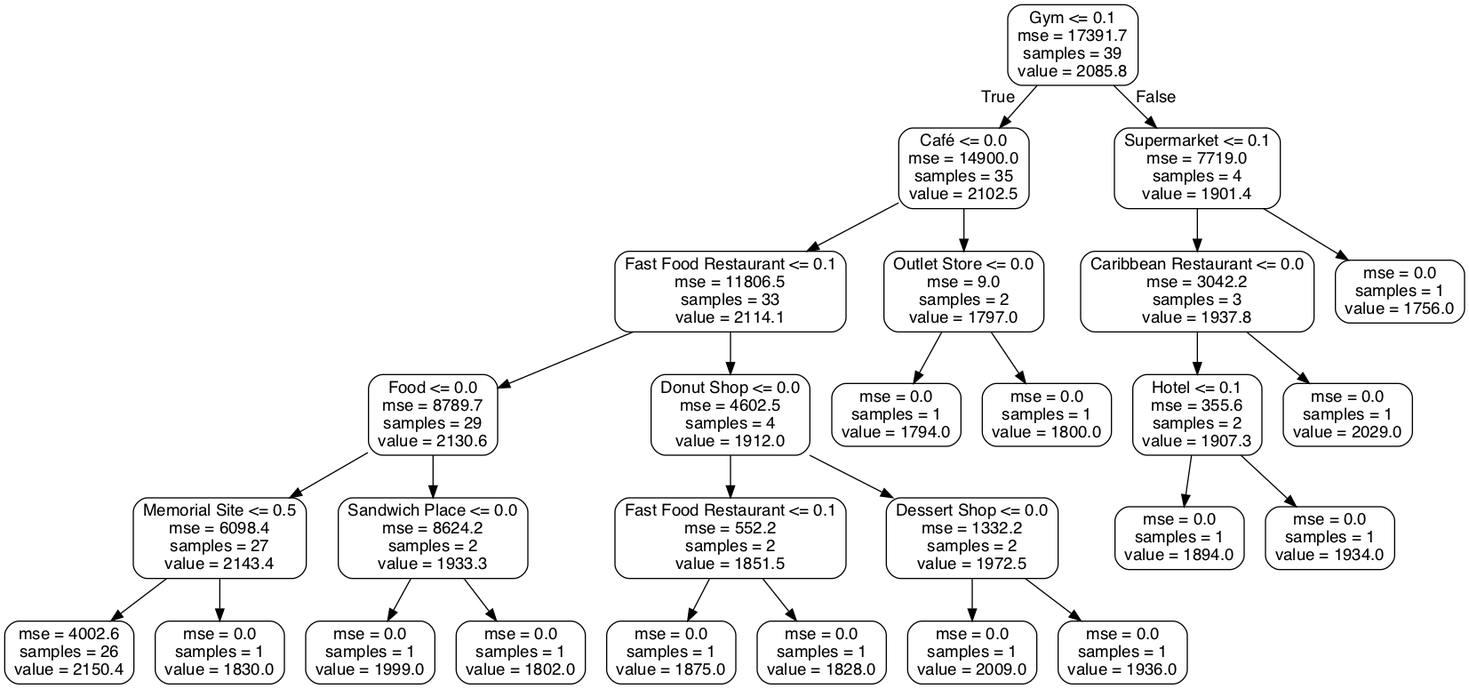
The Graphviz diagram high_rent_tree.png in allaccountstaken/predicting_urban_home_values, before a commit. Its source is kept beside it as high_rent_tree.dot.
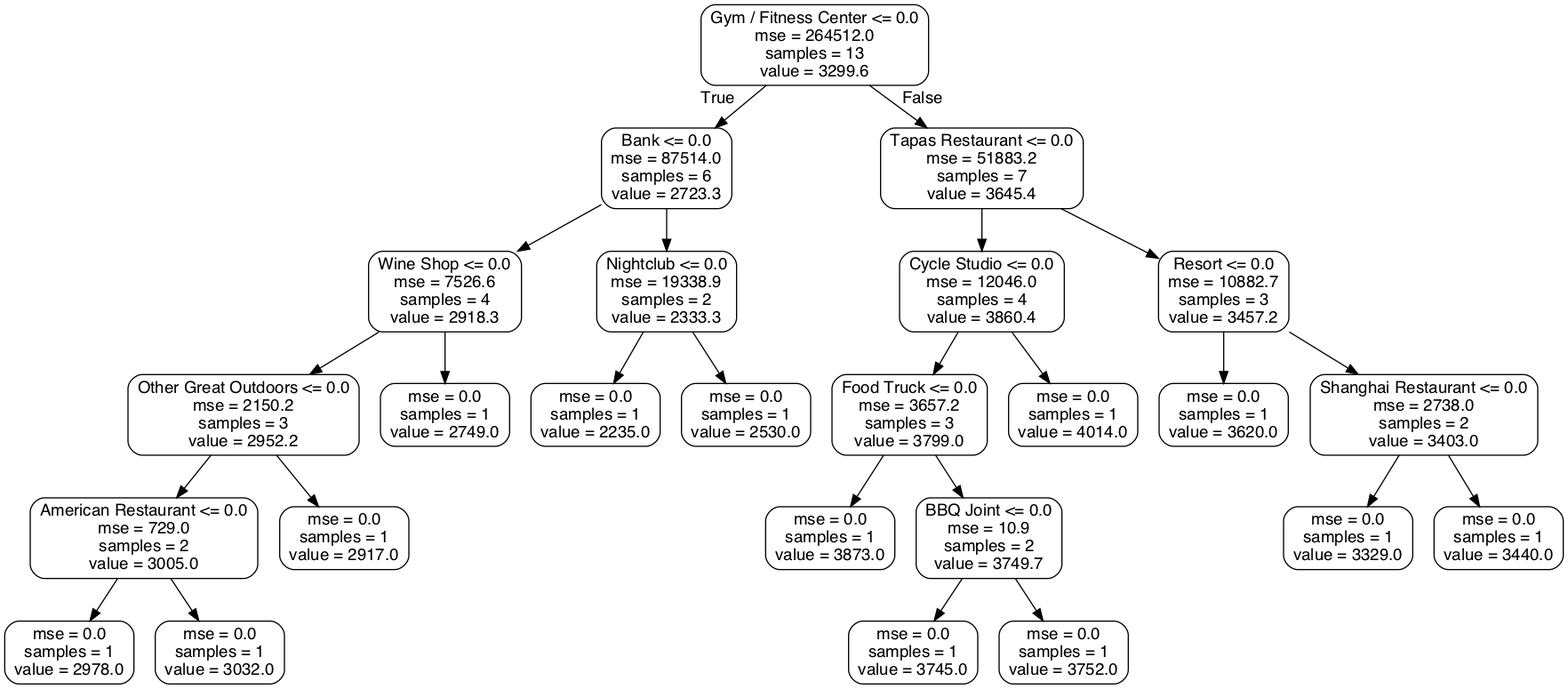
After the commit.

The edit, as a diff of the source:
```diff
@@ -1,57 +1,53 @@
 digraph Tree {
 node [shape=box, style="rounded", color="black", fontname=helvetica] ;
 edge [fontname=helvetica] ;
-0 [label="Gym <= 0.1\nmse = 17391.7\nsamples = 39\nvalue = 2085.8"] ;
-1 [label="Café <= 0.0\nmse = 14900.0\nsamples = 35\nvalue = 2102.5"] ;
+0 [label="Gym / Fitness Center <= 0.0\nmse = 264512.0\nsamples = 13\nvalue = 3299.6"] ;
+1 [label="Bank <= 0.0\nmse = 87514.0\nsamples = 6\nvalue = 2723.3"] ;
 0 -> 1 [labeldistance=2.5, labelangle=45, headlabel="True"] ;
-2 [label="Fast Food Restaurant <= 0.1\nmse = 11806.5\nsamples = 33\nvalue = 2114.1"] ;
+2 [label="Wine Shop <= 0.0\nmse = 7526.6\nsamples = 4\nvalue = 2918.3"] ;
 1 -> 2 ;
-3 [label="Food <= 0.0\nmse = 8789.7\nsamples = 29\nvalue = 2130.6"] ;
+3 [label="Other Great Outdoors <= 0.0\nmse = 2150.2\nsamples = 3\nvalue = 2952.2"] ;
 2 -> 3 ;
-4 [label="Memorial Site <= 0.5\nmse = 6098.4\nsamples = 27\nvalue = 2143.4"] ;
+4 [label="American Restaurant <= 0.0\nmse = 729.0\nsamples = 2\nvalue = 3005.0"] ;
 3 -> 4 ;
-5 [label="mse = 4002.6\nsamples = 26\nvalue = 2150.4"] ;
+5 [label="mse = 0.0\nsamples = 1\nvalue = 2978.0"] ;
 4 -> 5 ;
-6 [label="mse = 0.0\nsamples = 1\nvalue = 1830.0"] ;
+6 [label="mse = 0.0\nsamples = 1\nvalue = 3032.0"] ;
 4 -> 6 ;
-7 [label="Sandwich Place <= 0.0\nmse = 8624.2\nsamples = 2\nvalue = 1933.3"] ;
+7 [label="mse = 0.0\nsamples = 1\nvalue = 2917.0"] ;
 3 -> 7 ;
-8 [label="mse = 0.0\nsamples = 1\nvalue = 1999.0"] ;
-7 -> 8 ;
-9 [label="mse = 0.0\nsamples = 1\nvalue = 1802.0"] ;
-7 -> 9 ;
-10 [label="Donut Shop <= 0.0\nmse = 4602.5\nsamples = 4\nvalue = 1912.0"] ;
-2 -> 10 ;
-11 [label="Fast Food Restaurant <= 0.1\nmse = 552.2\nsamples = 2\nvalue = 1851.5"] ;
-10 -> 11 ;
-12 [label="mse = 0.0\nsamples = 1\nvalue = 1875.0"] ;
-11 -> 12 ;
-13 [label="mse = 0.0\nsamples = 1\nvalue = 1828.0"] ;
-11 -> 13 ;
-14 [label="Dessert Shop <= 0.0\nmse = 1332.2\nsamples = 2\nvalue = 1972.5"] ;
-10 -> 14 ;
-15 [label="mse = 0.0\nsamples = 1\nvalue = 2009.0"] ;
+8 [label="mse = 0.0\nsamples = 1\nvalue = 2749.0"] ;
+2 -> 8 ;
+9 [label="Nightclub <= 0.0\nmse = 19338.9\nsamples = 2\nvalue = 2333.3"] ;
+1 -> 9 ;
+10 [label="mse = 0.0\nsamples = 1\nvalue = 2235.0"] ;
+9 -> 10 ;
+11 [label="mse = 0.0\nsamples = 1\nvalue = 2530.0"] ;
+9 -> 11 ;
+12 [label="Tapas Restaurant <= 0.0\nmse = 51883.2\nsamples = 7\nvalue = 3645.4"] ;
+0 -> 12 [labeldistance=2.5, labelangle=-45, headlabel="False"] ;
+13 [label="Cycle Studio <= 0.0\nmse = 12046.0\nsamples = 4\nvalue = 3860.4"] ;
+12 -> 13 ;
+14 [label="Food Truck <= 0.0\nmse = 3657.2\nsamples = 3\nvalue = 3799.0"] ;
+13 -> 14 ;
+15 [label="mse = 0.0\nsamples = 1\nvalue = 3873.0"] ;
 14 -> 15 ;
-16 [label="mse = 0.0\nsamples = 1\nvalue = 1936.0"] ;
+16 [label="BBQ Joint <= 0.0\nmse = 10.9\nsamples = 2\nvalue = 3749.7"] ;
 14 -> 16 ;
-17 [label="Outlet Store <= 0.0\nmse = 9.0\nsamples = 2\nvalue = 1797.0"] ;
-1 -> 17 ;
-18 [label="mse = 0.0\nsamples = 1\nvalue = 1794.0"] ;
-17 -> 18 ;
-19 [label="mse = 0.0\nsamples = 1\nvalue = 1800.0"] ;
-17 -> 19 ;
-20 [label="Supermarket <= 0.1\nmse = 7719.0\nsamples = 4\nvalue = 1901.4"] ;
-0 -> 20 [labeldistance=2.5, labelangle=-45, headlabel="False"] ;
-21 [label="Caribbean Restaurant <= 0.0\nmse = 3042.2\nsamples = 3\nvalue = 1937.8"] ;
+17 [label="mse = 0.0\nsamples = 1\nvalue = 3745.0"] ;
+16 -> 17 ;
+18 [label="mse = 0.0\nsamples = 1\nvalue = 3752.0"] ;
+16 -> 18 ;
+19 [label="mse = 0.0\nsamples = 1\nvalue = 4014.0"] ;
+13 -> 19 ;
+20 [label="Resort <= 0.0\nmse = 10882.7\nsamples = 3\nvalue = 3457.2"] ;
+12 -> 20 ;
+21 [label="mse = 0.0\nsamples = 1\nvalue = 3620.0"] ;
 20 -> 21 ;
-22 [label="Hotel <= 0.1\nmse = 355.6\nsamples = 2\nvalue = 1907.3"] ;
-21 -> 22 ;
-23 [label="mse = 0.0\nsamples = 1\nvalue = 1894.0"] ;
+22 [label="Shanghai Restaurant <= 0.0\nmse = 2738.0\nsamples = 2\nvalue = 3403.0"] ;
+20 -> 22 ;
+23 [label="mse = 0.0\nsamples = 1\nvalue = 3329.0"] ;
 22 -> 23 ;
-24 [label="mse = 0.0\nsamples = 1\nvalue = 1934.0"] ;
+24 [label="mse = 0.0\nsamples = 1\nvalue = 3440.0"] ;
 22 -> 24 ;
-25 [label="mse = 0.0\nsamples = 1\nvalue = 2029.0"] ;
-21 -> 25 ;
-26 [label="mse = 0.0\nsamples = 1\nvalue = 1756.0"] ;
-20 -> 26 ;
 }
```
